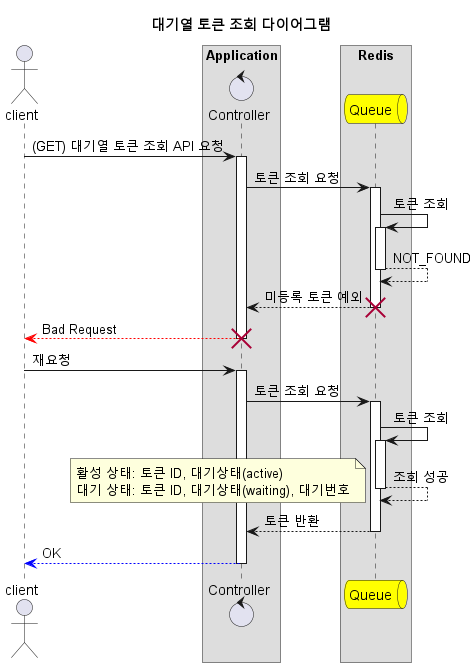
Above: docs/sequencediagram/queue/queue_search_sequence_diagram.png in johnowlee/concert-booking (PlantUML), before the change.
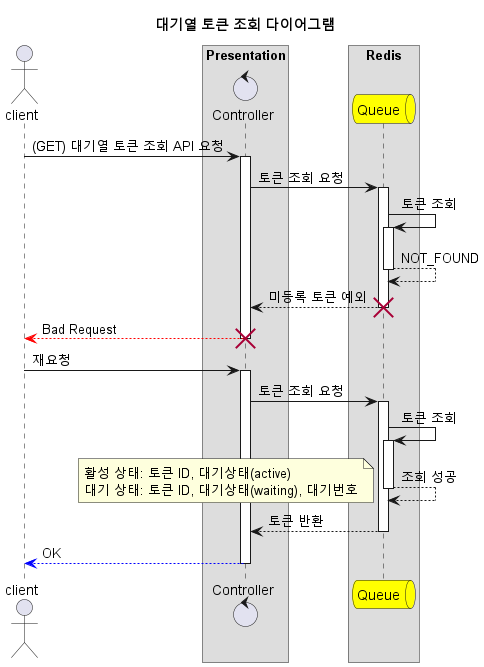
Above is the later version.

The edit, as a diff of the source:
```diff
@@ -7,37 +7,36 @@
 actor client as client
 
 
-box "Application"
-control Controller as controller
+box "Presentation"
+control Controller as presentation
 end box
-
 box "Redis"
 queue Queue as queue #yellow
 end box
 
 
-client -> controller : (GET) 대기열 토큰 조회 API 요청
+client -> presentation : (GET) 대기열 토큰 조회 API 요청
 
-controller -> queue : 토큰 조회 요청
+presentation -> queue : 토큰 조회 요청
 queue -> queue : 토큰 조회
 queue --> queue : NOT_FOUND
-queue --> controller : 미등록 토큰 예외
+queue --> presentation : 미등록 토큰 예외
 destroy queue
-controller --[#red]> client : Bad Request
-destroy controller
+presentation --[#red]> client : Bad Request
+destroy presentation
 
-client -> controller : 재요청
-controller -> queue : 토큰 조회 요청
+client -> presentation : 재요청
+presentation -> queue : 토큰 조회 요청
 queue -> queue : 토큰 조회
 queue --> queue : 조회 성공
 note left
 활성 상태: 토큰 ID, 대기상태(active)
 대기 상태: 토큰 ID, 대기상태(waiting), 대기번호
 end note
-queue --> controller : 토큰 반환
-controller --[#blue]> client : OK
+queue --> presentation : 토큰 반환
+presentation --[#blue]> client : OK
 
-deactivate controller
+deactivate presentation
 
 
 
```
